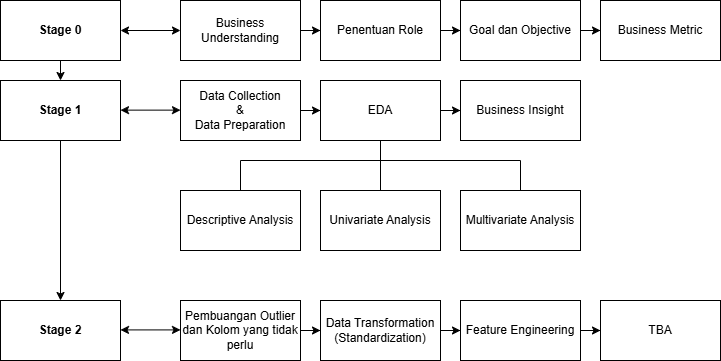
Earlier version of the draw.io export drawioflow.png (Podjan/ResNet2). Source tidied: cells renumbered, new cells last; positions are measured from the earlier drawing's top-left corner, leaving out a move shared by most shapes.
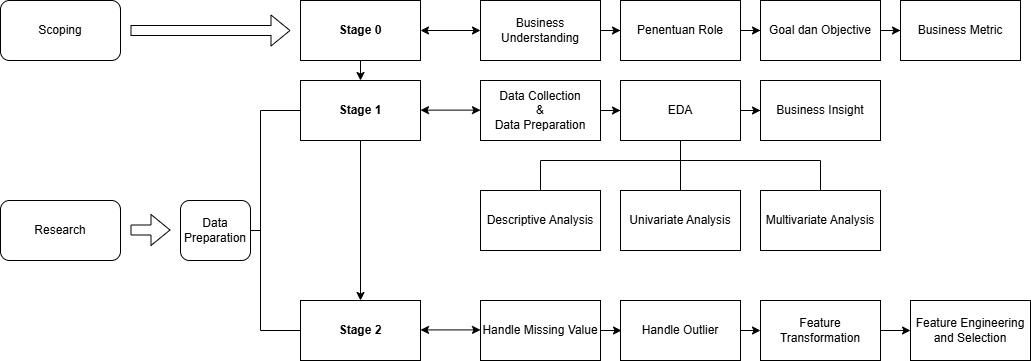
The same file after the commit.

The edit, as a diff of the source:
```diff
@@ -79,18 +79,18 @@
         <mxPoint x="180" y="329.4" as="targetPoint" />
       </mxGeometry>
     </mxCell>
-    <mxCell id="25" style="edgeStyle=orthogonalEdgeStyle;rounded=0;jettySize=auto;html=1;" parent="1" edge="1" source="26" target="28">
-      <mxGeometry relative="1" as="geometry" />
+    <mxCell id="25" style="edgeStyle=orthogonalEdgeStyle;rounded=0;orthogonalLoop=1;jettySize=auto;html=1;" parent="1" edge="1">
+      <mxGeometry relative="1" as="geometry">
+        <mxPoint x="300" y="330" as="sourcePoint" />
+        <mxPoint x="321" y="330" as="targetPoint" />
+      </mxGeometry>
     </mxCell>
-    <mxCell id="26" value="Pembuangan Outlier dan Kolom yang tidak perlu" style="rounded=0;whiteSpace=wrap;html=1;" parent="1" vertex="1">
-      <mxGeometry x="180" y="300" width="120" height="60" as="geometry" />
-    </mxCell>
-    <mxCell id="27" style="edgeStyle=orthogonalEdgeStyle;rounded=0;jettySize=auto;html=1;" parent="1" edge="1" source="28" target="34">
-      <mxGeometry relative="1" as="geometry" />
+    <mxCell id="27" style="edgeStyle=orthogonalEdgeStyle;rounded=0;orthogonalLoop=1;jettySize=auto;html=1;" parent="1" edge="1">
+      <mxGeometry relative="1" as="geometry">
+        <mxPoint x="440" y="330" as="sourcePoint" />
+        <mxPoint x="460" y="330" as="targetPoint" />
+      </mxGeometry>
     </mxCell>
-    <mxCell id="28" value="Data Transformation&lt;div&gt;(Standardization)&lt;/div&gt;" style="rounded=0;whiteSpace=wrap;html=1;" parent="1" vertex="1">
-      <mxGeometry x="320" y="300" width="120" height="60" as="geometry" />
-    </mxCell>
     <mxCell id="29" style="endArrow=none;html=1;rounded=0;exitX=0.5;exitY=0;exitDx=0;exitDy=0;" parent="1" edge="1" source="18">
       <mxGeometry relative="1" as="geometry">
         <mxPoint x="380" y="140" as="targetPoint" />
@@ -114,14 +114,66 @@
         <mxPoint x="520" y="160" as="targetPoint" />
       </mxGeometry>
     </mxCell>
-    <mxCell id="33" style="edgeStyle=orthogonalEdgeStyle;rounded=0;jettySize=auto;html=1;" parent="1" edge="1" source="34" target="35">
-      <mxGeometry relative="1" as="geometry" />
+    <mxCell id="33" style="edgeStyle=orthogonalEdgeStyle;rounded=0;orthogonalLoop=1;jettySize=auto;html=1;" parent="1" edge="1">
+      <mxGeometry relative="1" as="geometry">
+        <mxPoint x="580" y="330" as="sourcePoint" />
+        <mxPoint x="610" y="330" as="targetPoint" />
+      </mxGeometry>
     </mxCell>
-    <mxCell id="34" value="Feature Engineering" style="rounded=0;whiteSpace=wrap;html=1;" parent="1" vertex="1">
-      <mxGeometry x="460" y="300" width="120" height="60" as="geometry" />
-    </mxCell>
-    <mxCell id="35" value="TBA" style="rounded=0;whiteSpace=wrap;html=1;" parent="1" vertex="1">
-      <mxGeometry x="600" y="300" width="120" height="60" as="geometry" />
-    </mxCell>
+    <mxCell id="36" value="Handle Outlier" style="rounded=0;whiteSpace=wrap;html=1;" parent="1" vertex="1">
+      <mxGeometry x="320" y="300" width="120" height="60" as="geometry" />
+    </mxCell>
+    <mxCell id="37" value="Handle Missing Value" style="rounded=0;whiteSpace=wrap;html=1;" parent="1" vertex="1">
+      <mxGeometry x="180" y="300" width="120" height="60" as="geometry" />
+    </mxCell>
+    <mxCell id="38" value="Feature Engineering and Selection" style="rounded=0;whiteSpace=wrap;html=1;" parent="1" vertex="1">
+      <mxGeometry x="610" y="300" width="120" height="60" as="geometry" />
+    </mxCell>
+    <mxCell id="39" value="Feature Transformation" style="rounded=0;whiteSpace=wrap;html=1;" parent="1" vertex="1">
+      <mxGeometry x="460" y="300" width="120" height="60" as="geometry" />
+    </mxCell>
+    <mxCell id="40" style="endArrow=none;html=1;rounded=0;" parent="1" edge="1">
+      <mxGeometry relative="1" as="geometry">
+        <mxPoint x="-40" y="330" as="sourcePoint" />
+        <mxPoint x="-40" y="110" as="targetPoint" />
+      </mxGeometry>
+    </mxCell>
+    <mxCell id="41" style="endArrow=none;html=1;rounded=0;entryX=0;entryY=0.5;entryDx=0;entryDy=0;" parent="1" edge="1" target="12">
+      <mxGeometry relative="1" as="geometry">
+        <mxPoint x="-40" y="330" as="sourcePoint" />
+      </mxGeometry>
+    </mxCell>
+    <mxCell id="42" style="endArrow=none;html=1;rounded=0;entryX=0;entryY=0.5;entryDx=0;entryDy=0;" parent="1" edge="1" target="4">
+      <mxGeometry relative="1" as="geometry">
+        <mxPoint x="-40" y="110" as="sourcePoint" />
+      </mxGeometry>
+    </mxCell>
+    <mxCell id="43" value="Data Preparation" style="rounded=1;whiteSpace=wrap;html=1;direction=west;" parent="1" vertex="1">
+      <mxGeometry x="-120" y="200" width="70" height="60" as="geometry" />
+    </mxCell>
+    <mxCell id="44" style="shape=flexArrow;endArrow=classic;html=1;rounded=0;" parent="1" edge="1">
+      <mxGeometry relative="1" as="geometry">
+        <mxPoint x="-170" y="30" as="sourcePoint" />
+        <mxPoint x="-10" y="30" as="targetPoint" />
+      </mxGeometry>
+    </mxCell>
+    <mxCell id="45" style="shape=flexArrow;endArrow=classic;html=1;rounded=0;" parent="1" edge="1">
+      <mxGeometry relative="1" as="geometry">
+        <mxPoint x="-170" y="229.5" as="sourcePoint" />
+        <mxPoint x="-130" y="229.5" as="targetPoint" />
+      </mxGeometry>
+    </mxCell>
+    <mxCell id="46" value="Scoping" style="rounded=1;whiteSpace=wrap;html=1;" parent="1" vertex="1">
+      <mxGeometry x="-300" width="120" height="60" as="geometry" />
+    </mxCell>
+    <mxCell id="47" value="Research" style="rounded=1;whiteSpace=wrap;html=1;" parent="1" vertex="1">
+      <mxGeometry x="-300" y="200" width="120" height="60" as="geometry" />
+    </mxCell>
+    <mxCell id="48" style="endArrow=none;html=1;rounded=0;" parent="1" edge="1">
+      <mxGeometry relative="1" as="geometry">
+        <mxPoint x="-50" y="230" as="sourcePoint" />
+        <mxPoint x="-40" y="230" as="targetPoint" />
+      </mxGeometry>
+    </mxCell>
   </root>
 </mxGraphModel>
```
